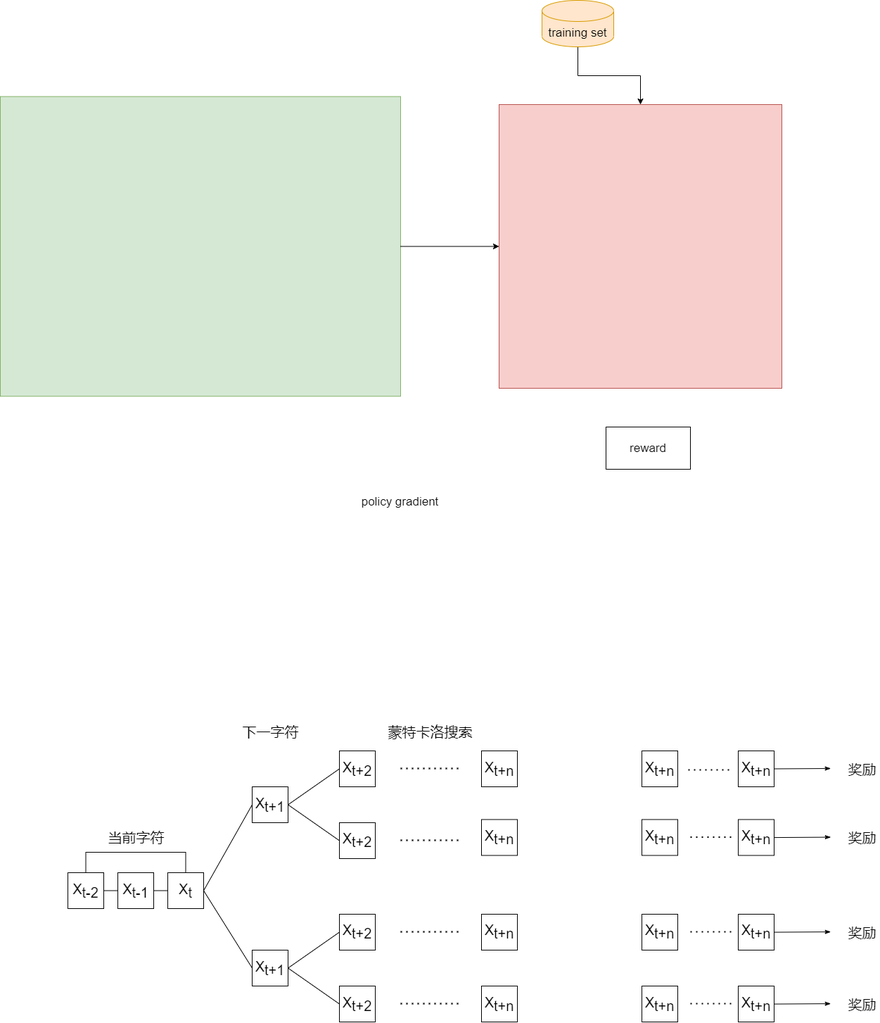
The draw.io diagram seqgan.drawio.png in lakomi/pictures, before a commit. Source tidied: cells renumbered, new cells last; positions are measured from the earlier drawing's top-left corner, leaving out a move shared by most shapes.
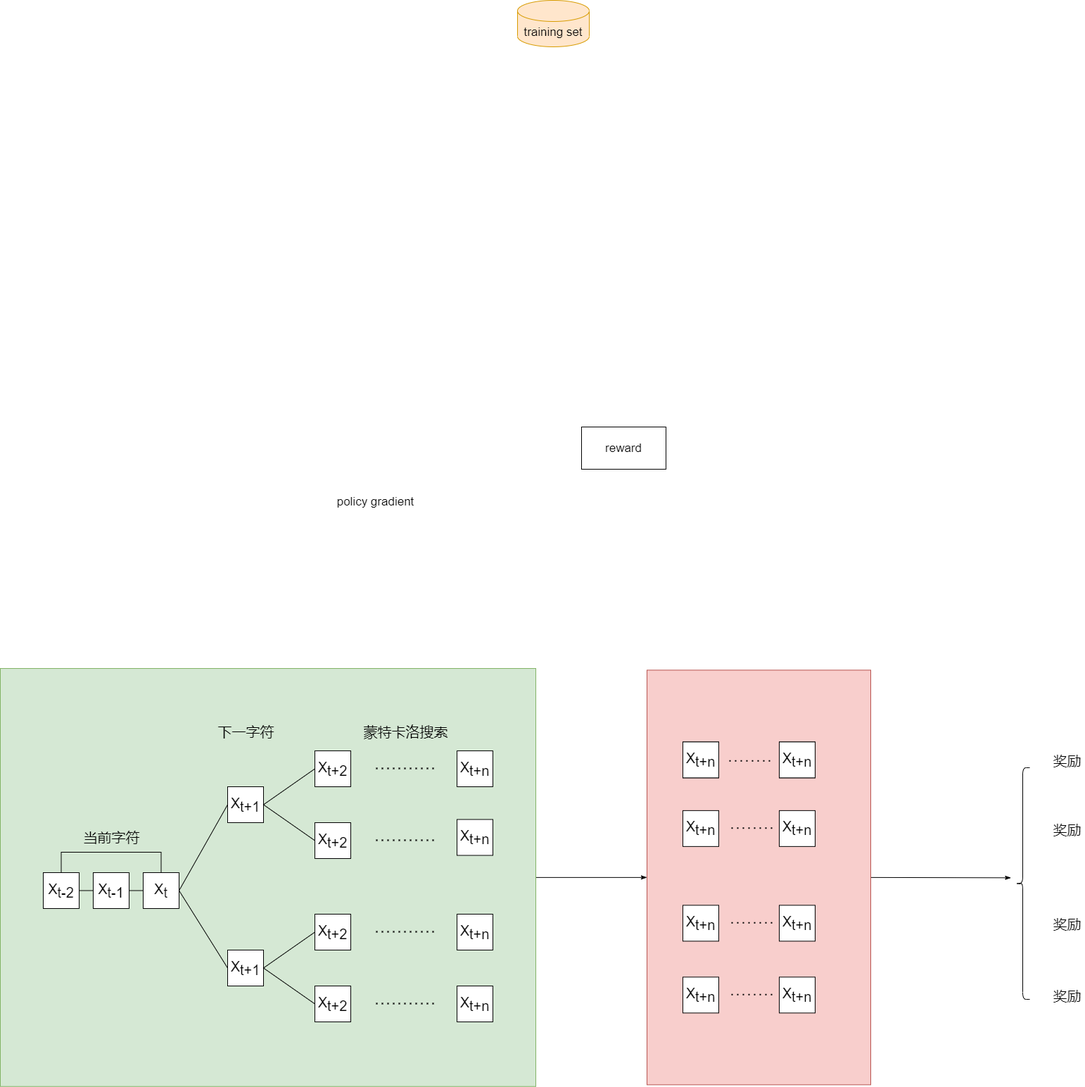
Later version of the same file.

The edit, as a diff of the source:
```diff
@@ -2,18 +2,20 @@
   <root>
     <mxCell id="0" />
     <mxCell id="1" parent="0" />
+    <mxCell id="60" style="edgeStyle=none;rounded=0;jettySize=auto;html=1;exitX=1;exitY=0.5;exitDx=0;exitDy=0;fontSize=20;endArrow=classicThin;endFill=1;" parent="1" edge="1" source="4">
+      <mxGeometry relative="1" as="geometry">
+        <mxPoint x="1471.3" y="1246.3" as="targetPoint" />
+      </mxGeometry>
+    </mxCell>
+    <mxCell id="4" style="rounded=0;whiteSpace=wrap;html=1;fillColor=#f8cecc;strokeColor=#b85450;fontSize=17;" parent="1" vertex="1">
+      <mxGeometry x="954" y="951.4" width="318" height="589" as="geometry" />
+    </mxCell>
+    <mxCell id="3" style="edgeStyle=none;rounded=0;jettySize=auto;html=1;exitX=1;exitY=0.5;exitDx=0;exitDy=0;entryX=0;entryY=0.5;entryDx=0;entryDy=0;fontSize=20;endArrow=classicThin;endFill=1;" parent="1" edge="1" source="2" target="4">
+      <mxGeometry relative="1" as="geometry" />
+    </mxCell>
     <mxCell id="2" style="rounded=0;whiteSpace=wrap;html=1;fillColor=#d5e8d4;strokeColor=#82b366;fontSize=17;" parent="1" vertex="1">
-      <mxGeometry y="136.6" width="569" height="425.8" as="geometry" />
+      <mxGeometry x="35" y="949" width="761" height="593.8" as="geometry" />
     </mxCell>
-    <mxCell id="3" style="edgeStyle=orthogonalEdgeStyle;rounded=0;jettySize=auto;html=1;fontSize=17;" parent="1" edge="1" source="2" target="4">
-      <mxGeometry relative="1" as="geometry" />
-    </mxCell>
-    <mxCell id="4" style="rounded=0;whiteSpace=wrap;html=1;fillColor=#f8cecc;strokeColor=#b85450;fontSize=17;" parent="1" vertex="1">
-      <mxGeometry x="709" y="148" width="402" height="403" as="geometry" />
-    </mxCell>
-    <mxCell id="5" style="edgeStyle=orthogonalEdgeStyle;rounded=0;jettySize=auto;html=1;exitX=0.5;exitY=1;exitDx=0;exitDy=0;exitPerimeter=0;entryX=0.5;entryY=0;entryDx=0;entryDy=0;fontSize=17;" parent="1" edge="1" source="6" target="4">
-      <mxGeometry relative="1" as="geometry" />
-    </mxCell>
     <mxCell id="6" value="training set" style="shape=cylinder3;whiteSpace=wrap;html=1;boundedLbl=1;backgroundOutline=1;size=15;fillColor=#ffe6cc;strokeColor=#d79b00;fontSize=17;" parent="1" vertex="1">
       <mxGeometry x="770" width="102" height="66" as="geometry" />
     </mxCell>
@@ -140,105 +142,85 @@
       <mxGeometry x="546" y="1025" width="130" height="28" as="geometry" />
     </mxCell>
     <mxCell id="38" value="奖励" style="text;html=1;align=center;verticalAlign=middle;strokeColor=none;fillColor=none;fontSize=20;" parent="1" vertex="1">
-      <mxGeometry x="1200" y="1077.5" width="50" height="28" as="geometry" />
+      <mxGeometry x="1526" y="1066" width="50" height="28" as="geometry" />
     </mxCell>
     <mxCell id="39" value="奖励" style="text;html=1;align=center;verticalAlign=middle;strokeColor=none;fillColor=none;fontSize=20;" parent="1" vertex="1">
-      <mxGeometry x="1200" y="1175" width="50" height="28" as="geometry" />
+      <mxGeometry x="1526" y="1163.5" width="50" height="28" as="geometry" />
     </mxCell>
     <mxCell id="40" value="奖励" style="text;html=1;align=center;verticalAlign=middle;strokeColor=none;fillColor=none;fontSize=20;" parent="1" vertex="1">
-      <mxGeometry x="1200" y="1309.5" width="50" height="28" as="geometry" />
+      <mxGeometry x="1526" y="1298" width="50" height="28" as="geometry" />
     </mxCell>
     <mxCell id="41" value="奖励" style="text;html=1;align=center;verticalAlign=middle;strokeColor=none;fillColor=none;fontSize=20;" parent="1" vertex="1">
-      <mxGeometry x="1200" y="1411.5" width="50" height="28" as="geometry" />
+      <mxGeometry x="1526" y="1400" width="50" height="28" as="geometry" />
     </mxCell>
     <mxCell id="42" value="X&lt;sub style=&quot;font-size: 20px;&quot;&gt;t+n&lt;/sub&gt;" style="rounded=0;whiteSpace=wrap;html=1;fontSize=20;" parent="1" vertex="1">
-      <mxGeometry x="912" y="1066" width="51" height="51" as="geometry" />
+      <mxGeometry x="1005" y="1053.4" width="51" height="51" as="geometry" />
     </mxCell>
     <mxCell id="43" value="X&lt;sub style=&quot;font-size: 20px;&quot;&gt;t+n&lt;/sub&gt;" style="rounded=0;whiteSpace=wrap;html=1;fontSize=20;" parent="1" vertex="1">
-      <mxGeometry x="1049" y="1066" width="51" height="51" as="geometry" />
+      <mxGeometry x="1142" y="1053.4" width="51" height="51" as="geometry" />
     </mxCell>
     <mxCell id="44" value="X&lt;sub style=&quot;font-size: 20px;&quot;&gt;t+n&lt;/sub&gt;" style="rounded=0;whiteSpace=wrap;html=1;fontSize=20;" parent="1" vertex="1">
-      <mxGeometry x="912" y="1163.5" width="51" height="51" as="geometry" />
+      <mxGeometry x="1005" y="1150.9" width="51" height="51" as="geometry" />
     </mxCell>
     <mxCell id="45" value="X&lt;sub style=&quot;font-size: 20px;&quot;&gt;t+n&lt;/sub&gt;" style="rounded=0;whiteSpace=wrap;html=1;fontSize=20;" parent="1" vertex="1">
-      <mxGeometry x="1049" y="1163.5" width="51" height="51" as="geometry" />
+      <mxGeometry x="1142" y="1150.9" width="51" height="51" as="geometry" />
     </mxCell>
     <mxCell id="46" value="X&lt;sub style=&quot;font-size: 20px;&quot;&gt;t+n&lt;/sub&gt;" style="rounded=0;whiteSpace=wrap;html=1;fontSize=20;" parent="1" vertex="1">
-      <mxGeometry x="912" y="1298" width="51" height="51" as="geometry" />
+      <mxGeometry x="1005" y="1285.4" width="51" height="51" as="geometry" />
     </mxCell>
     <mxCell id="47" value="X&lt;sub style=&quot;font-size: 20px;&quot;&gt;t+n&lt;/sub&gt;" style="rounded=0;whiteSpace=wrap;html=1;fontSize=20;" parent="1" vertex="1">
-      <mxGeometry x="1049" y="1298" width="51" height="51" as="geometry" />
+      <mxGeometry x="1142" y="1285.4" width="51" height="51" as="geometry" />
     </mxCell>
     <mxCell id="48" value="X&lt;sub style=&quot;font-size: 20px;&quot;&gt;t+n&lt;/sub&gt;" style="rounded=0;whiteSpace=wrap;html=1;fontSize=20;" parent="1" vertex="1">
-      <mxGeometry x="912" y="1066" width="51" height="51" as="geometry" />
+      <mxGeometry x="1005" y="1053.4" width="51" height="51" as="geometry" />
     </mxCell>
-    <mxCell id="49" style="edgeStyle=none;rounded=0;jettySize=auto;html=1;exitX=1;exitY=0.5;exitDx=0;exitDy=0;fontSize=20;endArrow=classicThin;endFill=1;" parent="1" edge="1" source="50">
-      <mxGeometry relative="1" as="geometry">
-        <mxPoint x="1180.6" y="1091" as="targetPoint" />
-      </mxGeometry>
-    </mxCell>
     <mxCell id="50" value="X&lt;sub style=&quot;font-size: 20px;&quot;&gt;t+n&lt;/sub&gt;" style="rounded=0;whiteSpace=wrap;html=1;fontSize=20;" parent="1" vertex="1">
-      <mxGeometry x="1049" y="1066" width="51" height="51" as="geometry" />
+      <mxGeometry x="1142" y="1053.4" width="51" height="51" as="geometry" />
     </mxCell>
     <mxCell id="51" value="X&lt;sub style=&quot;font-size: 20px;&quot;&gt;t+n&lt;/sub&gt;" style="rounded=0;whiteSpace=wrap;html=1;fontSize=20;" parent="1" vertex="1">
-      <mxGeometry x="912" y="1400" width="51" height="51" as="geometry" />
+      <mxGeometry x="1005" y="1387.4" width="51" height="51" as="geometry" />
     </mxCell>
     <mxCell id="52" value="X&lt;sub style=&quot;font-size: 20px;&quot;&gt;t+n&lt;/sub&gt;" style="rounded=0;whiteSpace=wrap;html=1;fontSize=20;" parent="1" vertex="1">
-      <mxGeometry x="1049" y="1400" width="51" height="51" as="geometry" />
+      <mxGeometry x="1142" y="1387.4" width="51" height="51" as="geometry" />
     </mxCell>
     <mxCell id="53" style="endArrow=none;dashed=1;html=1;dashPattern=1 3;strokeWidth=2;rounded=0;fontSize=20;" parent="1" edge="1">
       <mxGeometry relative="1" as="geometry">
-        <mxPoint x="978" y="1093" as="sourcePoint" />
-        <mxPoint x="1042" y="1093" as="targetPoint" />
+        <mxPoint x="1071" y="1080.4" as="sourcePoint" />
+        <mxPoint x="1135" y="1080.4" as="targetPoint" />
         <Array as="points">
-          <mxPoint x="1025" y="1093" />
+          <mxPoint x="1118" y="1080.4" />
         </Array>
       </mxGeometry>
     </mxCell>
     <mxCell id="54" style="endArrow=none;dashed=1;html=1;dashPattern=1 3;strokeWidth=2;rounded=0;fontSize=20;" parent="1" edge="1">
       <mxGeometry relative="1" as="geometry">
-        <mxPoint x="981" y="1188.4" as="sourcePoint" />
-        <mxPoint x="1045" y="1188.4" as="targetPoint" />
+        <mxPoint x="1074" y="1175.8" as="sourcePoint" />
+        <mxPoint x="1138" y="1175.8" as="targetPoint" />
         <Array as="points">
-          <mxPoint x="1028" y="1188.4" />
+          <mxPoint x="1121" y="1175.8" />
         </Array>
       </mxGeometry>
     </mxCell>
     <mxCell id="55" style="endArrow=none;dashed=1;html=1;dashPattern=1 3;strokeWidth=2;rounded=0;fontSize=20;" parent="1" edge="1">
       <mxGeometry relative="1" as="geometry">
-        <mxPoint x="981" y="1322.9" as="sourcePoint" />
-        <mxPoint x="1045" y="1322.9" as="targetPoint" />
+        <mxPoint x="1074" y="1310.3" as="sourcePoint" />
+        <mxPoint x="1138" y="1310.3" as="targetPoint" />
         <Array as="points">
-          <mxPoint x="1028" y="1322.9" />
+          <mxPoint x="1121" y="1310.3" />
         </Array>
       </mxGeometry>
     </mxCell>
     <mxCell id="56" style="endArrow=none;dashed=1;html=1;dashPattern=1 3;strokeWidth=2;rounded=0;fontSize=20;" parent="1" edge="1">
       <mxGeometry relative="1" as="geometry">
-        <mxPoint x="981" y="1424.9" as="sourcePoint" />
-        <mxPoint x="1045" y="1424.9" as="targetPoint" />
+        <mxPoint x="1074" y="1412.3" as="sourcePoint" />
+        <mxPoint x="1138" y="1412.3" as="targetPoint" />
         <Array as="points">
-          <mxPoint x="1028" y="1424.9" />
+          <mxPoint x="1121" y="1412.3" />
         </Array>
       </mxGeometry>
     </mxCell>
-    <mxCell id="57" style="edgeStyle=none;rounded=0;orthogonalLoop=1;jettySize=auto;html=1;exitX=1;exitY=0.5;exitDx=0;exitDy=0;fontSize=20;endArrow=classicThin;endFill=1;" parent="1" edge="1">
-      <mxGeometry relative="1" as="geometry">
-        <mxPoint x="1100" y="1189.1" as="sourcePoint" />
-        <mxPoint x="1180.6" y="1188.6" as="targetPoint" />
-      </mxGeometry>
-    </mxCell>
-    <mxCell id="58" style="edgeStyle=none;rounded=0;orthogonalLoop=1;jettySize=auto;html=1;exitX=1;exitY=0.5;exitDx=0;exitDy=0;fontSize=20;endArrow=classicThin;endFill=1;" parent="1" edge="1">
-      <mxGeometry relative="1" as="geometry">
-        <mxPoint x="1100" y="1323.6" as="sourcePoint" />
-        <mxPoint x="1180.6" y="1323.1" as="targetPoint" />
-      </mxGeometry>
-    </mxCell>
-    <mxCell id="59" style="edgeStyle=none;rounded=0;orthogonalLoop=1;jettySize=auto;html=1;exitX=1;exitY=0.5;exitDx=0;exitDy=0;fontSize=20;endArrow=classicThin;endFill=1;" parent="1" edge="1">
-      <mxGeometry relative="1" as="geometry">
-        <mxPoint x="1100" y="1425.6" as="sourcePoint" />
-        <mxPoint x="1180.6" y="1425.1" as="targetPoint" />
-      </mxGeometry>
-    </mxCell>
+    <mxCell id="61" style="shape=curlyBracket;whiteSpace=wrap;html=1;rounded=1;fontSize=20;" parent="1" vertex="1">
+      <mxGeometry x="1478" y="1090" width="20" height="329" as="geometry" />
+    </mxCell>
   </root>
 </mxGraphModel>
```
